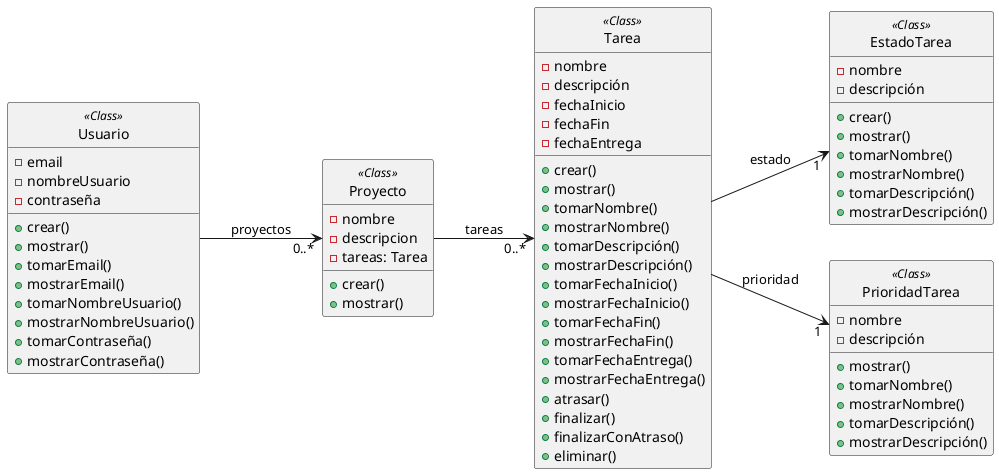
Before: Modelado/DiagramaMD/ModeloDeDominio.png, a diagram exported from PlantUML (ciggyx/Task_Flow).
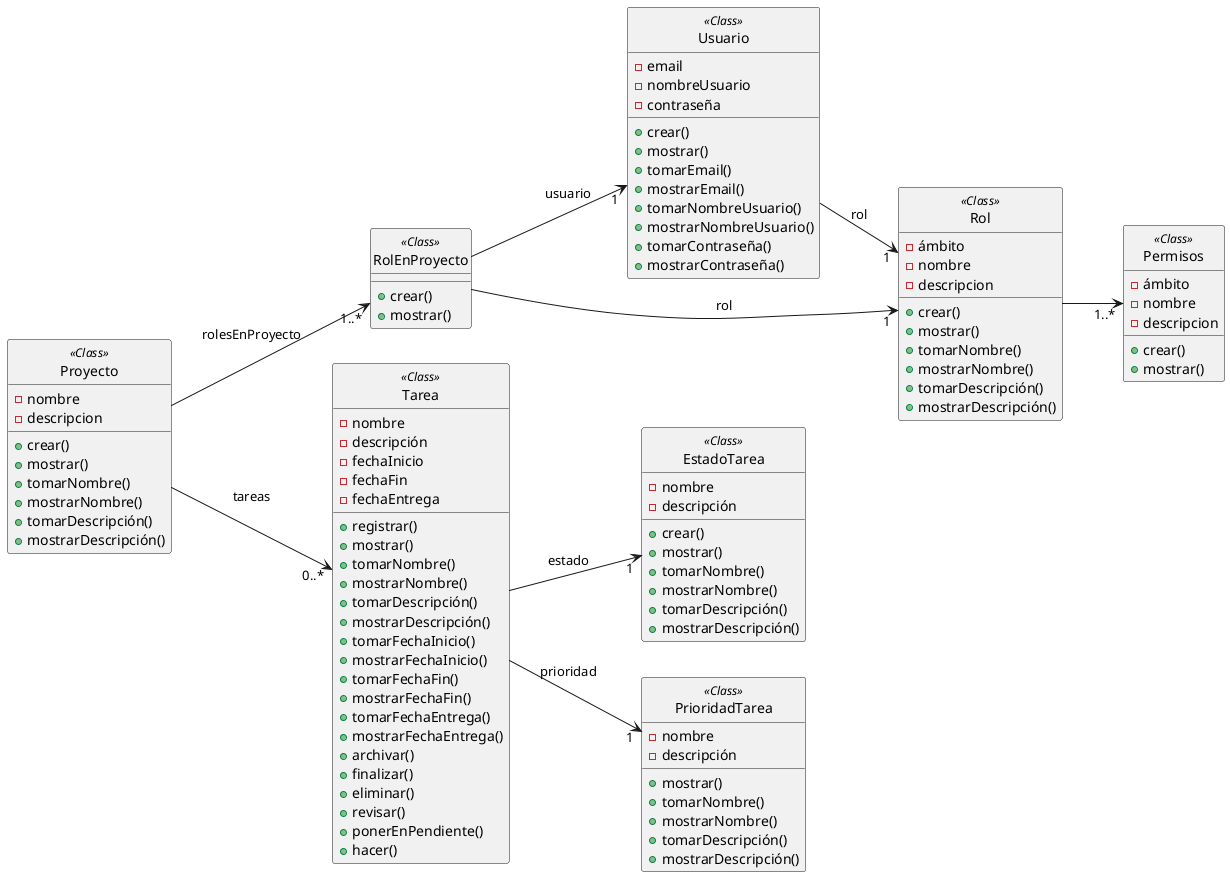
The same file after the commit.

Diff of the diagram source:
```diff
@@ -18,17 +18,46 @@
 class Proyecto<<Class>>{
     - nombre
     - descripcion
-    - tareas: Tarea
+    + crear()
+    + mostrar()
+    + tomarNombre()
+    + mostrarNombre()
+    + tomarDescripción()
+    + mostrarDescripción()
+
+}
+
+class RolEnProyecto<<Class>>{
     + crear()
     + mostrar()
 }
+
+class Rol<<Class>>{
+    - ámbito
+    - nombre
+    - descripcion
+    + crear()
+    + mostrar()
+    + tomarNombre()
+    + mostrarNombre()
+    + tomarDescripción()
+    + mostrarDescripción()
+}
+class Permisos<<Class>>{
+    - ámbito
+    - nombre
+    - descripcion
+    + crear()
+    + mostrar()
+}
+
 class Tarea<<Class>>{
     - nombre
     - descripción
     - fechaInicio
     - fechaFin
     - fechaEntrega
-    + crear()
+    + registrar()
     + mostrar()
     + tomarNombre()
     + mostrarNombre()
@@ -40,10 +69,12 @@
     + mostrarFechaFin()
     + tomarFechaEntrega()
     + mostrarFechaEntrega()
-    + atrasar()
+    + archivar()
     + finalizar()
-    + finalizarConAtraso()
     + eliminar()
+    + revisar()
+    + ponerEnPendiente()
+    + hacer()
 }
 
 class EstadoTarea<<Class>>{
@@ -67,8 +98,12 @@
     + mostrarDescripción()
 }
 
-Usuario --> "0..*" Proyecto : proyectos
+Usuario --> "1" Rol : rol
 Proyecto --> "0..*" Tarea: tareas
+Proyecto --> "1..*" RolEnProyecto: rolesEnProyecto
+RolEnProyecto --> "1" Usuario : usuario
+RolEnProyecto --> "1" Rol: rol
 Tarea --> "1" EstadoTarea : estado
 Tarea --> "\t\t1" PrioridadTarea :  prioridad
+Rol --> "1..*" Permisos
 @enduml
```
